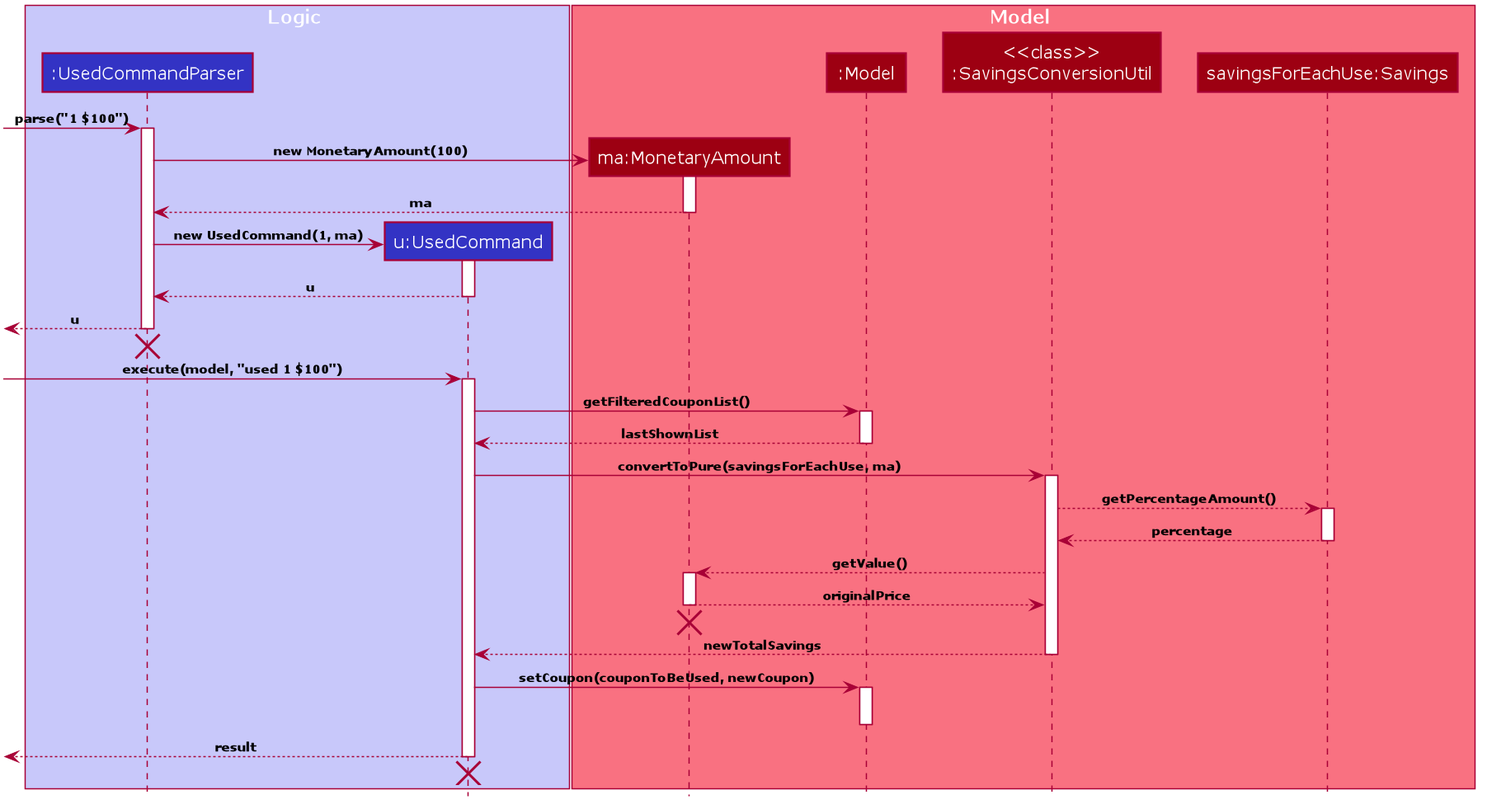
Before: docs/images/UsedExecutionSeqDiagram.png, a diagram exported from PlantUML (nus-cs2103-AY1920S2/addressbook-level3).
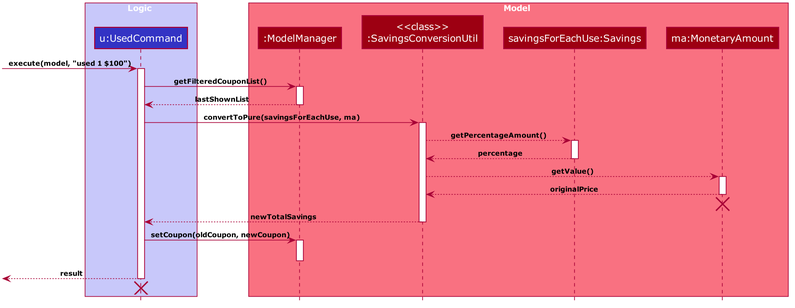
After the change.

The edit, as a diff of the source:
```diff
@@ -30,7 +30,7 @@
 
 skinparam Sequence {
     MessageAlign center
-    BoxFontSize 15
+    BoxFontSize 12
     BoxPadding 0
     BoxFontColor #FFFFFF
     FontName Verdana
@@ -63,47 +63,24 @@
 hide circle
 
 box Logic #C8C8FA
-participant ":UsedCommandParser" as UsedCommandParser #3333C4
 participant "u:UsedCommand" as UsedCommand #3333C4
 end box
 
 box Model #F97181
-participant "ma:MonetaryAmount" as MonetaryAmount #9D0012
-participant ":Model" as Model #9D0012
+participant ":ModelManager" as ModelManager #9D0012
 participant "<<class>>\n:SavingsConversionUtil" as SavingsConversionUtil #9D0012
 participant "savingsForEachUse:Savings" as Savings #9D0012
+participant "ma:MonetaryAmount" as MonetaryAmount #9D0012
 end box
-
-[-> UsedCommandParser : parse("1 $100")
-activate UsedCommandParser
-
-create MonetaryAmount
-UsedCommandParser -> MonetaryAmount : new MonetaryAmount(100)
-activate MonetaryAmount
-
-MonetaryAmount --> UsedCommandParser : ma
-deactivate MonetaryAmount
-
-create UsedCommand
-UsedCommandParser -> UsedCommand : new UsedCommand(1, ma)
-activate UsedCommand
-
-UsedCommand --> UsedCommandParser : u
-deactivate UsedCommand
-
-[<-- UsedCommandParser: u
-deactivate UsedCommandParser
-[<[hidden]- UsedCommandParser
-destroy UsedCommandParser
 
 [-> UsedCommand : execute(model, "used 1 $100")
 activate UsedCommand
 
-UsedCommand -> Model : getFilteredCouponList()
-activate Model
+UsedCommand -> ModelManager : getFilteredCouponList()
+activate ModelManager
 
-Model --> UsedCommand : lastShownList
-deactivate Model
+ModelManager --> UsedCommand : lastShownList
+deactivate ModelManager
 
 UsedCommand -> SavingsConversionUtil : convertToPure(savingsForEachUse, ma)
 activate SavingsConversionUtil
@@ -125,9 +102,9 @@
 SavingsConversionUtil --> UsedCommand : newTotalSavings
 deactivate SavingsConversionUtil
 
-UsedCommand -> Model : setCoupon(couponToBeUsed, newCoupon)
-activate Model
-deactivate Model
+UsedCommand -> ModelManager : setCoupon(oldCoupon, newCoupon)
+activate ModelManager
+deactivate ModelManager
 
 [<-- UsedCommand : result
 deactivate UsedCommand
```
